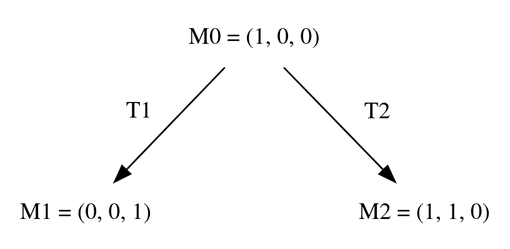
The Graphviz diagram images/reachability-tree-step-1.png in hlisdero/thesis, before a commit. Its source is kept beside it as dot/reachability-tree-step-1.dot. The source it was exported from:
```dot
digraph petrinet {
    nodesep=1.5;
    M0 [shape="plaintext" label="M0 = (1, 0, 0)"];
    M1 [shape="plaintext" label="M1 = (0, 0, 1)"];
    M2 [shape="plaintext" label="M2 = (1, 1, 0)"];

    M0 -> M1 [xlabel="T1   "];
    M0 -> M2 [label="T2\n\n"];

    {rank = min; M0;}
    {rank = same; M1; M2;}
}
```
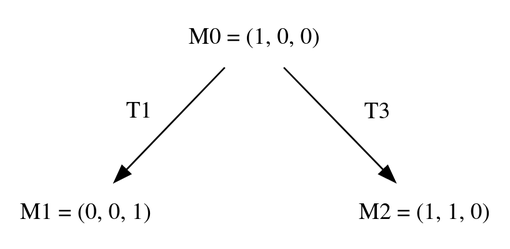
Later version of the same file.

Commit message:
Fix error in diagram

What changed in the source:
```diff
@@ -5,7 +5,7 @@
     M2 [shape="plaintext" label="M2 = (1, 1, 0)"];
 
     M0 -> M1 [xlabel="T1   "];
-    M0 -> M2 [label="T2\n\n"];
+    M0 -> M2 [label="T3\n\n"];
 
     {rank = min; M0;}
     {rank = same; M1; M2;}
```
